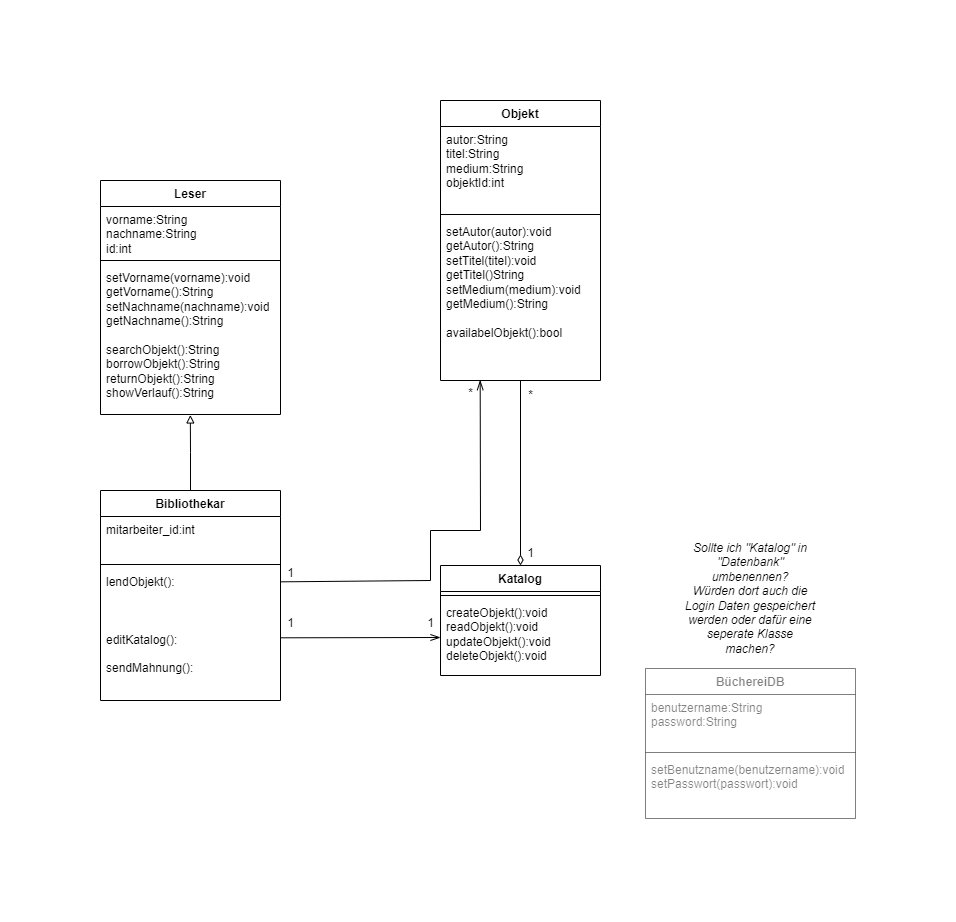
sol-hatebad/buechereiverwaltung keeps this draw.io diagram as UML/class-diagram_library.png. Above is the earlier version. Source tidied: cells renumbered, new cells last; positions are measured from the earlier drawing's top-left corner, leaving out a move shared by most shapes.
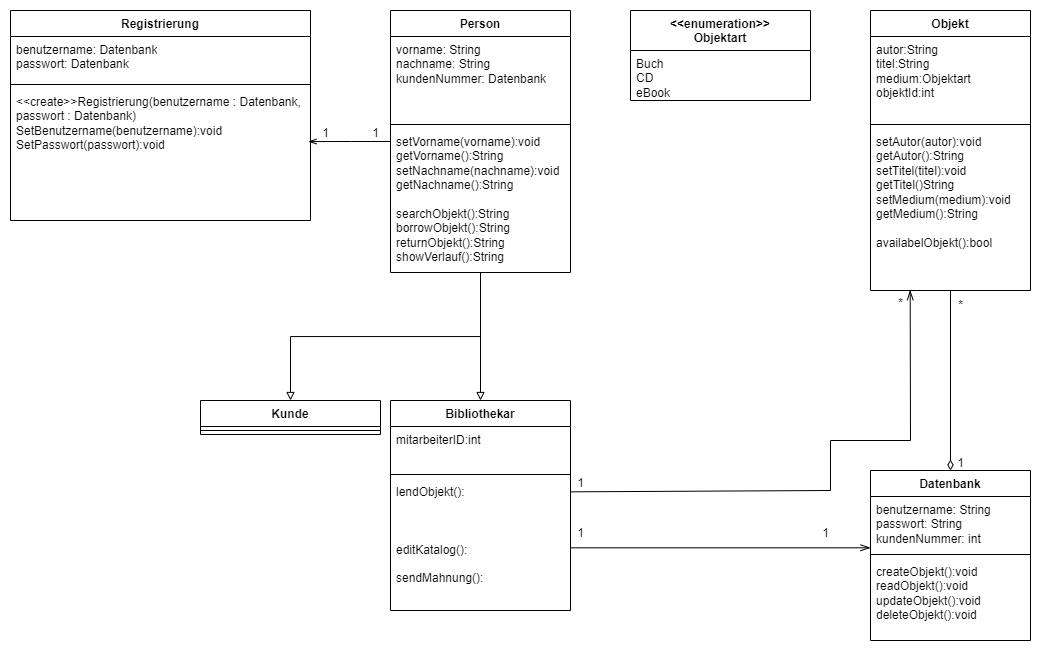
After the commit.

Commit message:
edited use case and class diagramm, changed 'Katalog' to 'Datenbank' updated readme.md

Diff of the diagram source:
```diff
@@ -2,25 +2,28 @@
   <root>
     <mxCell id="0" />
     <mxCell id="1" parent="0" />
+    <mxCell id="32" style="edgeStyle=orthogonalEdgeStyle;rounded=0;jettySize=auto;html=1;entryX=0.5;entryY=0;entryDx=0;entryDy=0;endArrow=block;endFill=0;" parent="1" edge="1" source="2" target="7">
+      <mxGeometry relative="1" as="geometry" />
+    </mxCell>
+    <mxCell id="33" style="edgeStyle=orthogonalEdgeStyle;rounded=0;jettySize=auto;html=1;entryX=0.993;entryY=0.402;entryDx=0;entryDy=0;entryPerimeter=0;endArrow=openThin;endFill=0;" parent="1" edge="1" source="2" target="43">
+      <mxGeometry relative="1" as="geometry" />
+    </mxCell>
-    <mxCell id="2" value="Leser" style="swimlane;fontStyle=1;align=center;verticalAlign=top;horizontal=1;startSize=26;whiteSpace=wrap;html=1;" parent="1" vertex="1">
-      <mxGeometry y="80" width="180" height="234" as="geometry" />
+    <mxCell id="2" value="Person" style="swimlane;fontStyle=1;align=center;verticalAlign=top;horizontal=1;startSize=26;whiteSpace=wrap;html=1;" parent="1" vertex="1">
+      <mxGeometry width="180" height="262" as="geometry" />
     </mxCell>
-    <mxCell id="3" value="vorname:String&lt;br&gt;nachname:String&lt;br&gt;id:int" style="text;strokeColor=none;fillColor=none;align=left;verticalAlign=top;spacingLeft=4;spacingRight=4;overflow=hidden;whiteSpace=wrap;html=1;" parent="2" vertex="1">
-      <mxGeometry y="26" width="180" height="50" as="geometry" />
+    <mxCell id="3" value="vorname: String&lt;br&gt;nachname: String&lt;br&gt;kundenNummer: Datenbank&lt;br&gt;" style="text;strokeColor=none;fillColor=none;align=left;verticalAlign=top;spacingLeft=4;spacingRight=4;overflow=hidden;whiteSpace=wrap;html=1;" parent="2" vertex="1">
+      <mxGeometry y="26" width="180" height="84" as="geometry" />
     </mxCell>
     <mxCell id="4" style="line;strokeWidth=1;fillColor=none;align=left;verticalAlign=middle;spacingTop=-1;spacingLeft=3;spacingRight=3;labelPosition=right;strokeColor=inherit;" parent="2" vertex="1">
-      <mxGeometry y="76" width="180" height="8" as="geometry" />
+      <mxGeometry y="110" width="180" height="8" as="geometry" />
     </mxCell>
     <mxCell id="5" value="setVorname(vorname):void&lt;br style=&quot;border-color: var(--border-color);&quot;&gt;getVorname():String&lt;br&gt;setNachname(nachname):void&lt;br style=&quot;border-color: var(--border-color);&quot;&gt;getNachname():String&lt;br&gt;&lt;br&gt;searchObjekt():String&lt;br&gt;borrowObjekt():String&lt;br&gt;returnObjekt():String&lt;br&gt;showVerlauf():String" style="text;strokeColor=none;fillColor=none;align=left;verticalAlign=top;spacingLeft=4;spacingRight=4;overflow=hidden;points=[[0,0.5],[1,0.5]];portConstraint=eastwest;whiteSpace=wrap;html=1;" parent="2" vertex="1">
-      <mxGeometry y="84" width="180" height="150" as="geometry" />
+      <mxGeometry y="118" width="180" height="144" as="geometry" />
     </mxCell>
-    <mxCell id="6" style="edgeStyle=orthogonalEdgeStyle;rounded=0;jettySize=auto;html=1;entryX=0.499;entryY=1.003;entryDx=0;entryDy=0;entryPerimeter=0;endArrow=block;endFill=0;exitX=0.5;exitY=0;exitDx=0;exitDy=0;" parent="1" edge="1" source="7" target="5">
-      <mxGeometry relative="1" as="geometry" />
-    </mxCell>
     <mxCell id="7" value="Bibliothekar" style="swimlane;fontStyle=1;align=center;verticalAlign=top;horizontal=1;startSize=26;whiteSpace=wrap;html=1;" parent="1" vertex="1">
       <mxGeometry y="390" width="180" height="210" as="geometry" />
     </mxCell>
-    <mxCell id="8" value="mitarbeiter_id:int" style="text;strokeColor=none;fillColor=none;align=left;verticalAlign=top;spacingLeft=4;spacingRight=4;overflow=hidden;whiteSpace=wrap;html=1;" parent="7" vertex="1">
+    <mxCell id="8" value="mitarbeiterID:int" style="text;strokeColor=none;fillColor=none;align=left;verticalAlign=top;spacingLeft=4;spacingRight=4;overflow=hidden;whiteSpace=wrap;html=1;" parent="7" vertex="1">
       <mxGeometry y="26" width="180" height="44" as="geometry" />
     </mxCell>
     <mxCell id="9" style="line;strokeWidth=1;fillColor=none;align=left;verticalAlign=middle;spacingTop=-1;spacingLeft=3;spacingRight=3;labelPosition=right;strokeColor=inherit;" parent="7" vertex="1">
@@ -30,9 +33,9 @@
       <mxGeometry y="78" width="180" height="132" as="geometry" />
     </mxCell>
     <mxCell id="11" value="Objekt" style="swimlane;fontStyle=1;align=center;verticalAlign=top;horizontal=1;startSize=26;whiteSpace=wrap;html=1;" parent="1" vertex="1">
-      <mxGeometry x="340" width="160" height="280" as="geometry" />
+      <mxGeometry x="480" width="160" height="280" as="geometry" />
     </mxCell>
-    <mxCell id="12" value="autor:String&lt;br&gt;titel:String&lt;br&gt;medium:String&lt;br&gt;objektId:int" style="text;strokeColor=none;fillColor=none;align=left;verticalAlign=top;spacingLeft=4;spacingRight=4;overflow=hidden;whiteSpace=wrap;html=1;" parent="11" vertex="1">
+    <mxCell id="12" value="autor:String&lt;br&gt;titel:String&lt;br&gt;medium:Objektart&lt;br&gt;objektId:int" style="text;strokeColor=none;fillColor=none;align=left;verticalAlign=top;spacingLeft=4;spacingRight=4;overflow=hidden;whiteSpace=wrap;html=1;" parent="11" vertex="1">
       <mxGeometry y="26" width="160" height="84" as="geometry" />
     </mxCell>
     <mxCell id="13" style="line;strokeWidth=1;fillColor=none;align=left;verticalAlign=middle;spacingTop=-1;spacingLeft=3;spacingRight=3;labelPosition=right;strokeColor=inherit;" parent="11" vertex="1">
@@ -41,51 +44,30 @@
     <mxCell id="14" value="setAutor(autor):void&lt;br&gt;getAutor():String&lt;br&gt;setTitel(titel):void&lt;br&gt;getTitel()String&lt;br&gt;setMedium(medium):void&lt;br&gt;getMedium():String&lt;br&gt;&lt;br&gt;availabelObjekt():bool&lt;br&gt;" style="text;strokeColor=none;fillColor=none;align=left;verticalAlign=top;spacingLeft=4;spacingRight=4;overflow=hidden;points=[[0,0.5],[1,0.5]];portConstraint=eastwest;whiteSpace=wrap;html=1;" parent="11" vertex="1">
       <mxGeometry y="118" width="160" height="162" as="geometry" />
     </mxCell>
-    <mxCell id="15" value="BüchereiDB" style="swimlane;fontStyle=1;align=center;verticalAlign=top;horizontal=1;startSize=26;whiteSpace=wrap;html=1;opacity=50;textOpacity=50;" parent="1" vertex="1">
-      <mxGeometry x="545" y="568" width="210" height="150" as="geometry" />
-    </mxCell>
-    <mxCell id="16" value="benutzername:String&lt;br&gt;password:String" style="text;strokeColor=none;fillColor=none;align=left;verticalAlign=top;spacingLeft=4;spacingRight=4;overflow=hidden;whiteSpace=wrap;html=1;textOpacity=50;" parent="15" vertex="1">
-      <mxGeometry y="26" width="210" height="54" as="geometry" />
-    </mxCell>
-    <mxCell id="17" style="line;strokeWidth=1;fillColor=none;align=left;verticalAlign=middle;spacingTop=-1;spacingLeft=3;spacingRight=3;labelPosition=right;strokeColor=inherit;opacity=50;" parent="15" vertex="1">
-      <mxGeometry y="80" width="210" height="8" as="geometry" />
-    </mxCell>
-    <mxCell id="18" value="setBenutzname(benutzername):void&lt;br&gt;setPasswort(passwort):void" style="text;strokeColor=none;fillColor=none;align=left;verticalAlign=top;spacingLeft=4;spacingRight=4;overflow=hidden;whiteSpace=wrap;html=1;textOpacity=50;" parent="15" vertex="1">
-      <mxGeometry y="88" width="210" height="62" as="geometry" />
-    </mxCell>
-    <mxCell id="19" value="Katalog" style="swimlane;fontStyle=1;align=center;verticalAlign=top;horizontal=1;startSize=26;whiteSpace=wrap;html=1;" parent="1" vertex="1">
-      <mxGeometry x="340" y="465" width="160" height="110" as="geometry" />
-    </mxCell>
-    <mxCell id="20" style="line;strokeWidth=1;fillColor=none;align=left;verticalAlign=middle;spacingTop=-1;spacingLeft=3;spacingRight=3;labelPosition=right;strokeColor=inherit;" parent="19" vertex="1">
-      <mxGeometry y="26" width="160" height="8" as="geometry" />
-    </mxCell>
-    <mxCell id="21" value="createObjekt():void&lt;br&gt;readObjekt():void&lt;br&gt;updateObjekt():void&lt;br&gt;deleteObjekt():void" style="text;strokeColor=none;fillColor=none;align=left;verticalAlign=top;spacingLeft=4;spacingRight=4;overflow=hidden;points=[[0,0.5],[1,0.5]];portConstraint=eastwest;whiteSpace=wrap;html=1;" parent="19" vertex="1">
-      <mxGeometry y="34" width="160" height="76" as="geometry" />
-    </mxCell>
     <mxCell id="22" value="1" style="text;html=1;align=center;verticalAlign=middle;strokeColor=none;fillColor=none;" parent="1" vertex="1">
-      <mxGeometry x="315" y="508" width="30" height="30" as="geometry" />
+      <mxGeometry x="420" y="508" width="30" height="30" as="geometry" />
     </mxCell>
     <mxCell id="23" value="1" style="text;html=1;align=center;verticalAlign=middle;strokeColor=none;fillColor=none;" parent="1" vertex="1">
       <mxGeometry x="175" y="508" width="30" height="30" as="geometry" />
     </mxCell>
-    <mxCell id="24" style="endArrow=openThin;startArrow=none;endFill=0;startFill=0;endSize=8;html=1;verticalAlign=bottom;labelBackgroundColor=none;strokeWidth=1;rounded=0;entryX=0;entryY=0.5;entryDx=0;entryDy=0;exitX=1.004;exitY=0.525;exitDx=0;exitDy=0;exitPerimeter=0;" parent="1" edge="1" source="10" target="21">
+    <mxCell id="24" style="endArrow=openThin;startArrow=none;endFill=0;startFill=0;endSize=8;html=1;verticalAlign=bottom;labelBackgroundColor=none;strokeWidth=1;rounded=0;exitX=1.004;exitY=0.525;exitDx=0;exitDy=0;exitPerimeter=0;entryX=0;entryY=0.95;entryDx=0;entryDy=0;entryPerimeter=0;" parent="1" edge="1" source="10" target="38">
       <mxGeometry relative="1" as="geometry" />
     </mxCell>
-    <mxCell id="25" style="endArrow=diamondThin;startArrow=none;endFill=0;startFill=0;endSize=8;html=1;verticalAlign=bottom;labelBackgroundColor=none;strokeWidth=1;rounded=0;exitX=0.5;exitY=1;exitDx=0;exitDy=0;exitPerimeter=0;" parent="1" edge="1" source="14" target="19">
+    <mxCell id="25" style="endArrow=diamondThin;startArrow=none;endFill=0;startFill=0;endSize=8;html=1;verticalAlign=bottom;labelBackgroundColor=none;strokeWidth=1;rounded=0;exitX=0.5;exitY=1;exitDx=0;exitDy=0;exitPerimeter=0;entryX=0.5;entryY=0;entryDx=0;entryDy=0;" parent="1" edge="1" source="14" target="37">
       <mxGeometry relative="1" as="geometry" />
     </mxCell>
     <mxCell id="26" value="1" style="text;html=1;align=center;verticalAlign=middle;strokeColor=none;fillColor=none;" parent="1" vertex="1">
-      <mxGeometry x="415" y="438" width="30" height="30" as="geometry" />
+      <mxGeometry x="555" y="438" width="30" height="30" as="geometry" />
     </mxCell>
     <mxCell id="27" value="*" style="text;html=1;align=center;verticalAlign=middle;strokeColor=none;fillColor=none;" parent="1" vertex="1">
-      <mxGeometry x="415" y="280" width="30" height="30" as="geometry" />
+      <mxGeometry x="555" y="280" width="30" height="30" as="geometry" />
     </mxCell>
     <mxCell id="28" style="endArrow=openThin;startArrow=none;endFill=0;startFill=0;endSize=8;html=1;verticalAlign=bottom;labelBackgroundColor=none;strokeWidth=1;rounded=0;entryX=0.248;entryY=0.998;entryDx=0;entryDy=0;entryPerimeter=0;exitX=1.002;exitY=0.101;exitDx=0;exitDy=0;exitPerimeter=0;" parent="1" edge="1" source="10" target="14">
       <mxGeometry relative="1" as="geometry">
         <Array as="points">
-          <mxPoint x="330" y="480" />
-          <mxPoint x="330" y="430" />
-          <mxPoint x="380" y="430" />
+          <mxPoint x="440" y="480" />
+          <mxPoint x="440" y="430" />
+          <mxPoint x="520" y="430" />
         </Array>
       </mxGeometry>
     </mxCell>
@@ -93,10 +75,52 @@
       <mxGeometry x="175" y="458" width="30" height="30" as="geometry" />
     </mxCell>
     <mxCell id="30" value="*" style="text;html=1;align=center;verticalAlign=middle;strokeColor=none;fillColor=none;" parent="1" vertex="1">
-      <mxGeometry x="355" y="278" width="30" height="30" as="geometry" />
+      <mxGeometry x="495" y="278" width="30" height="30" as="geometry" />
     </mxCell>
-    <mxCell id="31" value="&lt;i&gt;Sollte ich &quot;Katalog&quot; in &quot;Datenbank&quot; umbenennen?&lt;br&gt;Würden dort auch die Login Daten gespeichert werden oder dafür eine seperate Klasse machen?&lt;br&gt;&lt;/i&gt;" style="text;html=1;strokeColor=none;fillColor=none;align=center;verticalAlign=middle;whiteSpace=wrap;rounded=0;" parent="1" vertex="1">
-      <mxGeometry x="580" y="438" width="140" height="120" as="geometry" />
-    </mxCell>
+    <mxCell id="34" value="Kunde" style="swimlane;fontStyle=1;align=center;verticalAlign=top;horizontal=1;startSize=26;whiteSpace=wrap;html=1;" parent="1" vertex="1">
+      <mxGeometry x="-190" y="390" width="180" height="34" as="geometry" />
+    </mxCell>
+    <mxCell id="35" style="line;strokeWidth=1;fillColor=none;align=left;verticalAlign=middle;spacingTop=-1;spacingLeft=3;spacingRight=3;labelPosition=right;strokeColor=inherit;" parent="34" vertex="1">
+      <mxGeometry y="26" width="180" height="8" as="geometry" />
+    </mxCell>
+    <mxCell id="36" style="edgeStyle=orthogonalEdgeStyle;rounded=0;jettySize=auto;html=1;entryX=0.5;entryY=0;entryDx=0;entryDy=0;endArrow=block;endFill=0;exitX=0.5;exitY=1;exitDx=0;exitDy=0;exitPerimeter=0;" parent="1" edge="1" source="5" target="34">
+      <mxGeometry relative="1" as="geometry" />
+    </mxCell>
+    <mxCell id="37" value="Datenbank" style="swimlane;fontStyle=1;align=center;verticalAlign=top;horizontal=1;startSize=26;whiteSpace=wrap;html=1;" parent="1" vertex="1">
+      <mxGeometry x="480" y="460" width="160" height="170" as="geometry" />
+    </mxCell>
+    <mxCell id="38" value="benutzername: String&lt;br style=&quot;border-color: var(--border-color); text-align: center;&quot;&gt;&lt;span style=&quot;text-align: center;&quot;&gt;passwort: String&lt;/span&gt;&lt;br style=&quot;border-color: var(--border-color); text-align: center;&quot;&gt;&lt;span style=&quot;text-align: center;&quot;&gt;kundenNummer: int&lt;/span&gt;" style="text;strokeColor=none;fillColor=none;align=left;verticalAlign=top;spacingLeft=4;spacingRight=4;overflow=hidden;points=[[0,0.5],[1,0.5]];portConstraint=eastwest;whiteSpace=wrap;html=1;" parent="37" vertex="1">
+      <mxGeometry y="26" width="160" height="54" as="geometry" />
+    </mxCell>
+    <mxCell id="39" style="line;strokeWidth=1;fillColor=none;align=left;verticalAlign=middle;spacingTop=-1;spacingLeft=3;spacingRight=3;labelPosition=right;strokeColor=inherit;" parent="37" vertex="1">
+      <mxGeometry y="80" width="160" height="8" as="geometry" />
+    </mxCell>
+    <mxCell id="21" value="createObjekt():void&lt;br style=&quot;border-color: var(--border-color);&quot;&gt;readObjekt():void&lt;br style=&quot;border-color: var(--border-color);&quot;&gt;updateObjekt():void&lt;br style=&quot;border-color: var(--border-color);&quot;&gt;deleteObjekt():void" style="text;strokeColor=none;fillColor=none;align=left;verticalAlign=top;spacingLeft=4;spacingRight=4;overflow=hidden;points=[[0,0.5],[1,0.5]];portConstraint=eastwest;whiteSpace=wrap;html=1;" parent="37" vertex="1">
+      <mxGeometry y="88" width="160" height="82" as="geometry" />
+    </mxCell>
+    <mxCell id="40" value="Registrierung" style="swimlane;fontStyle=1;align=center;verticalAlign=top;horizontal=1;startSize=26;whiteSpace=wrap;html=1;" parent="1" vertex="1">
+      <mxGeometry x="-380" width="300" height="210" as="geometry" />
+    </mxCell>
+    <mxCell id="41" value="benutzername: Datenbank&lt;br&gt;passwort: Datenbank" style="text;strokeColor=none;fillColor=none;align=left;verticalAlign=top;spacingLeft=4;spacingRight=4;overflow=hidden;whiteSpace=wrap;html=1;" parent="40" vertex="1">
+      <mxGeometry y="26" width="300" height="44" as="geometry" />
+    </mxCell>
+    <mxCell id="42" style="line;strokeWidth=1;fillColor=none;align=left;verticalAlign=middle;spacingTop=-1;spacingLeft=3;spacingRight=3;labelPosition=right;strokeColor=inherit;" parent="40" vertex="1">
+      <mxGeometry y="70" width="300" height="8" as="geometry" />
+    </mxCell>
+    <mxCell id="43" value="&amp;lt;&amp;lt;create&amp;gt;&amp;gt;Registrierung(benutzername : Datenbank, passwort : Datenbank)&lt;br&gt;SetBenutzername(benutzername):void&lt;br&gt;SetPasswort(passwort):void&lt;br&gt;" style="text;strokeColor=none;fillColor=none;align=left;verticalAlign=top;spacingLeft=4;spacingRight=4;overflow=hidden;points=[[0,0.5],[1,0.5]];portConstraint=eastwest;whiteSpace=wrap;html=1;" parent="40" vertex="1">
+      <mxGeometry y="78" width="300" height="132" as="geometry" />
+    </mxCell>
+    <mxCell id="44" value="1" style="text;html=1;align=center;verticalAlign=middle;strokeColor=none;fillColor=none;" parent="1" vertex="1">
+      <mxGeometry x="-80" y="108" width="30" height="30" as="geometry" />
+    </mxCell>
+    <mxCell id="45" value="1" style="text;html=1;align=center;verticalAlign=middle;strokeColor=none;fillColor=none;" parent="1" vertex="1">
+      <mxGeometry x="-30" y="108" width="30" height="30" as="geometry" />
+    </mxCell>
+    <mxCell id="46" value="&amp;lt;&amp;lt;enumeration&amp;gt;&amp;gt;&lt;br&gt;Objektart" style="swimlane;fontStyle=1;align=center;verticalAlign=top;horizontal=1;startSize=40;whiteSpace=wrap;html=1;" parent="1" vertex="1">
+      <mxGeometry x="240" width="180" height="90" as="geometry" />
+    </mxCell>
+    <mxCell id="47" value="Buch&lt;br&gt;CD&lt;br&gt;eBook&lt;br&gt;" style="text;strokeColor=none;fillColor=none;align=left;verticalAlign=top;spacingLeft=4;spacingRight=4;overflow=hidden;whiteSpace=wrap;html=1;" parent="46" vertex="1">
+      <mxGeometry y="40" width="180" height="50" as="geometry" />
+    </mxCell>
   </root>
 </mxGraphModel>
```
